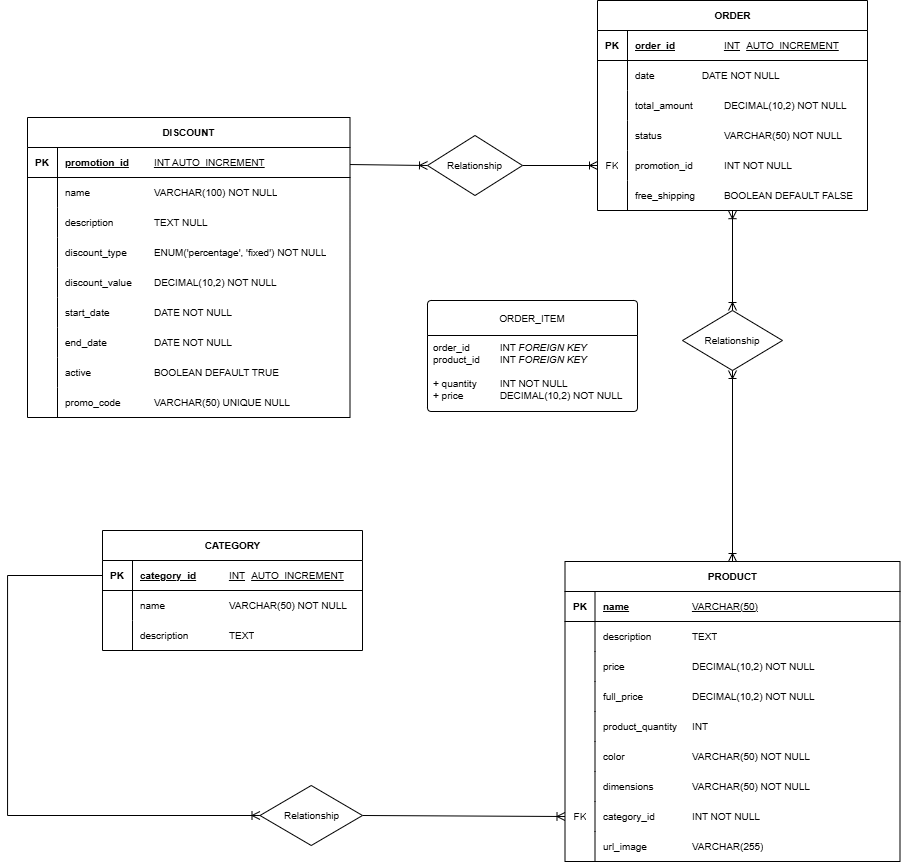
Before: ER_DIAGRAM/dualia_db.png, a diagram exported from draw.io (Michecosa/team-1). Source tidied: cells renumbered, new cells last; positions are measured from the earlier drawing's top-left corner, leaving out a move shared by most shapes.
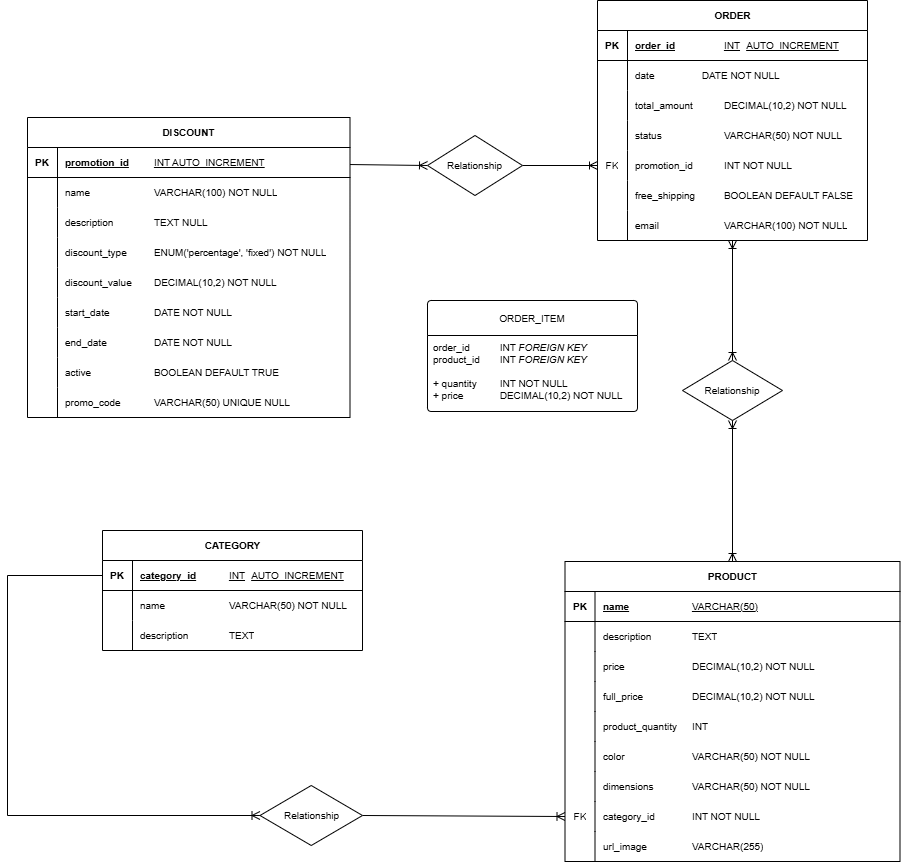
After the commit.

Change to the diagram source:
```diff
@@ -87,7 +87,7 @@
       <mxGeometry x="30" width="292.5" height="30" as="geometry" />
     </mxCell>
     <mxCell id="30" value="ORDER" style="shape=table;startSize=30;rowLines=0;fontStyle=1;align=center;html=1;fontSize=10;" parent="1" vertex="1">
-      <mxGeometry x="590" width="270" height="210" as="geometry" />
+      <mxGeometry x="590" width="270" height="240" as="geometry" />
     </mxCell>
     <mxCell id="31" style="shape=tableRow;horizontal=0;startSize=0;swimlaneHead=0;swimlaneBody=0;fillColor=none;top=0;left=0;right=0;bottom=1;fontSize=10;" parent="30" vertex="1">
       <mxGeometry y="30" width="270" height="30" as="geometry" />
@@ -143,6 +143,15 @@
     <mxCell id="48" value="free_shipping&lt;span style=&quot;white-space: pre;&quot;&gt;&#9;&lt;/span&gt;&lt;span style=&quot;white-space: pre;&quot;&gt;&#9;&lt;/span&gt;BOOLEAN DEFAULT FALSE" style="shape=partialRectangle;fillColor=none;top=0;left=0;bottom=0;right=0;align=left;spacingLeft=6;overflow=hidden;whiteSpace=wrap;html=1;fontSize=10;" parent="46" vertex="1">
       <mxGeometry x="30" width="240" height="30" as="geometry" />
     </mxCell>
+    <mxCell id="100" style="shape=tableRow;horizontal=0;startSize=0;swimlaneHead=0;swimlaneBody=0;fillColor=none;top=0;left=0;right=0;bottom=0;fontSize=10;" parent="30" vertex="1">
+      <mxGeometry y="210" width="270" height="30" as="geometry" />
+    </mxCell>
+    <mxCell id="101" style="shape=partialRectangle;fillColor=none;top=0;left=0;bottom=0;right=0;overflow=hidden;whiteSpace=wrap;html=1;fontSize=10;" parent="100" vertex="1">
+      <mxGeometry width="30" height="30" as="geometry" />
+    </mxCell>
+    <mxCell id="102" value="email&lt;span style=&quot;white-space: pre;&quot;&gt;&#9;&lt;/span&gt;&lt;span style=&quot;white-space: pre;&quot;&gt;&#9;&lt;/span&gt;&lt;span style=&quot;white-space: pre;&quot;&gt;&#9;&lt;/span&gt;VARCHAR(100) NOT NULL" style="shape=partialRectangle;fillColor=none;top=0;left=0;bottom=0;right=0;align=left;spacingLeft=6;overflow=hidden;whiteSpace=wrap;html=1;fontSize=10;" parent="100" vertex="1">
+      <mxGeometry x="30" width="240" height="30" as="geometry" />
+    </mxCell>
     <mxCell id="49" value="PRODUCT" style="shape=table;startSize=30;rowLines=0;fontStyle=1;align=center;html=1;fontSize=10;" parent="1" vertex="1">
       <mxGeometry x="557.5" y="561" width="335" height="300" as="geometry" />
     </mxCell>
@@ -266,11 +275,13 @@
     <mxCell id="89" value="Relationship" style="shape=rhombus;perimeter=rhombusPerimeter;whiteSpace=wrap;html=1;align=center;fontSize=10;" parent="1" vertex="1">
       <mxGeometry x="420" y="135" width="95" height="60" as="geometry" />
     </mxCell>
-    <mxCell id="90" style="fontSize=10;html=1;endArrow=ERoneToMany;rounded=0;entryX=0.5;entryY=0;entryDx=0;entryDy=0;startArrow=ERoneToMany;startFill=0;exitX=0.5;exitY=1.006;exitDx=0;exitDy=0;exitPerimeter=0;" parent="1" edge="1" source="46" target="91">
-      <mxGeometry relative="1" as="geometry" />
+    <mxCell id="90" style="fontSize=10;html=1;endArrow=ERoneToMany;rounded=0;entryX=0.5;entryY=0;entryDx=0;entryDy=0;startArrow=ERoneToMany;startFill=0;" parent="1" edge="1" target="91">
+      <mxGeometry relative="1" as="geometry">
+        <mxPoint x="725" y="240" as="sourcePoint" />
+      </mxGeometry>
     </mxCell>
     <mxCell id="91" value="Relationship" style="shape=rhombus;perimeter=rhombusPerimeter;whiteSpace=wrap;html=1;align=center;fontSize=10;" parent="1" vertex="1">
-      <mxGeometry x="675" y="310" width="100" height="60" as="geometry" />
+      <mxGeometry x="675" y="360" width="100" height="60" as="geometry" />
     </mxCell>
     <mxCell id="92" value="ORDER_ITEM" style="swimlane;horizontal=1;startSize=35;rounded=1;fontSize=10;fontStyle=0;strokeWidth=1;shadow=0;dashed=0;align=center;arcSize=4;whiteSpace=wrap;html=1;spacing=2;spacingLeft=0;" parent="1" vertex="1">
       <mxGeometry x="420" y="300" width="210" height="111" as="geometry" />
```
